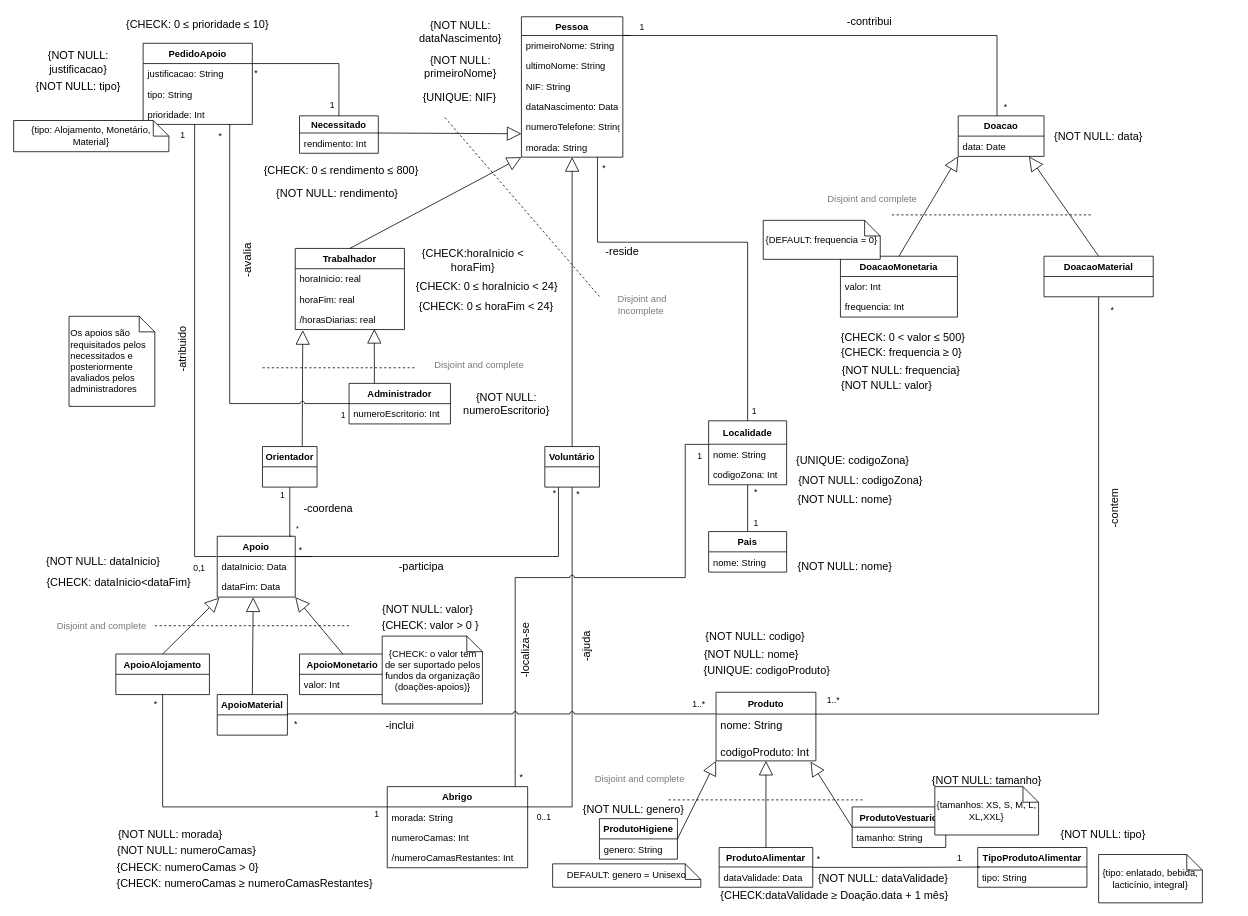
This is Delivery_I/diagram.drawio from francisco-rente/FEUP-BDAD, a draw.io file, before an edit. Source tidied: cells renumbered, new cells numbered last; positions are measured from the earlier drawing's top-left corner, leaving out a move shared by most shapes. Both pictures are drawn from the tidied source at 78%, with x=0, y=0 at pixel (13, 13).
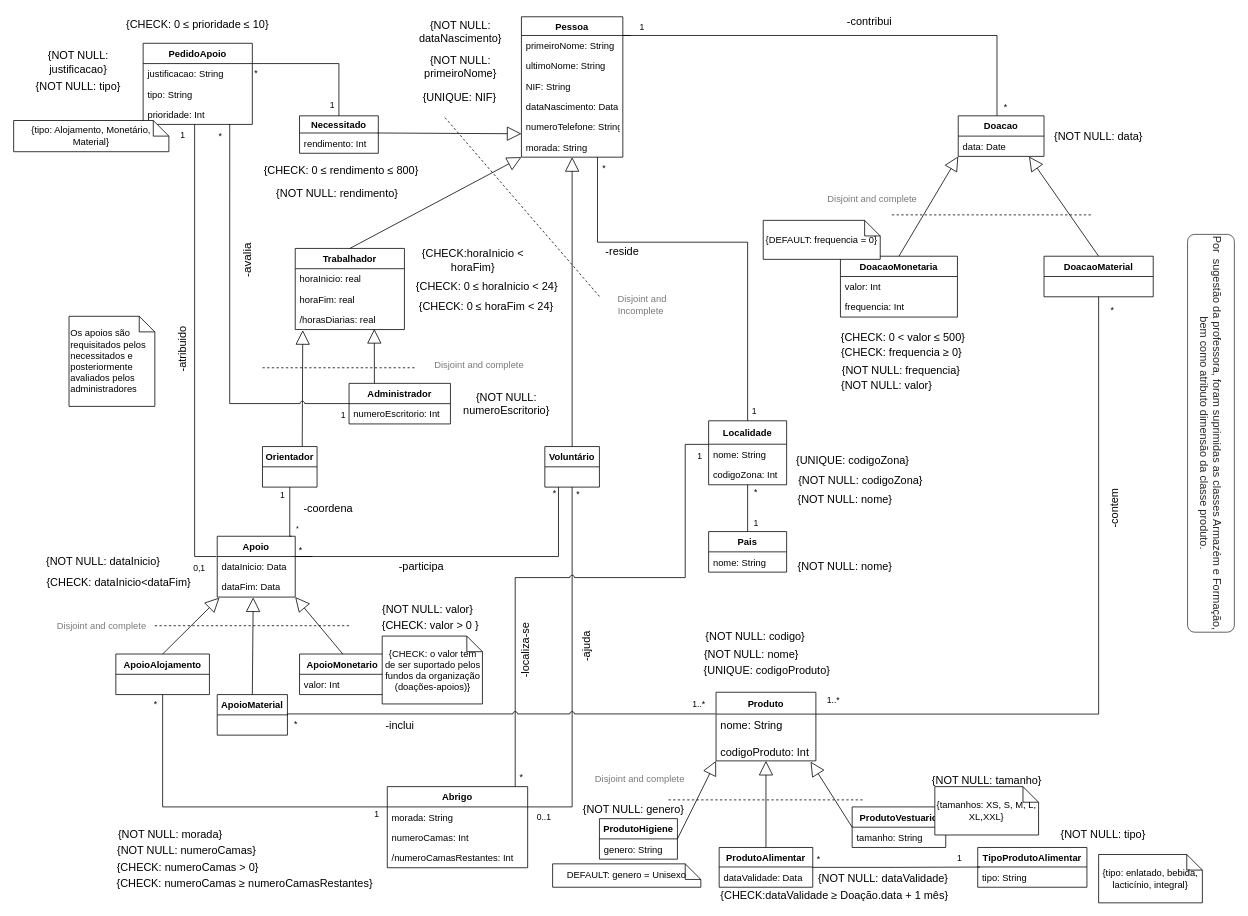
The same page after the edit.

What changed in the source:
```diff
@@
+    <mxCell id="175" value="&lt;div style=&quot;font-size: 14px&quot;&gt;&lt;font style=&quot;font-size: 14px&quot; color=&quot;#262626&quot;&gt;Por&amp;nbsp; sugestão da professora, foram suprimidas as classes Armazém e Formação, bem como atributo dimensão da classe produto.&lt;/font&gt;&lt;/div&gt;" style="rounded=1;whiteSpace=wrap;html=1;rotation=90;strokeColor=#363636;" parent="1" vertex="1">
+      <mxGeometry x="1280" y="508" width="510" height="60" as="geometry" />
+    </mxCell>
```
